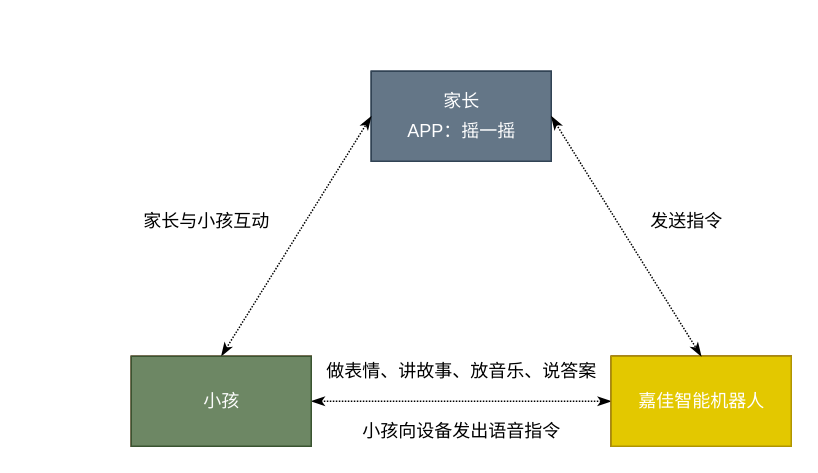
Before: page "第 3 页" (3 of 3) of jiajia.drawio in yangbe/diagrams, a draw.io diagram. Source tidied: cells renumbered, new cells numbered last; positions are measured from the earlier drawing's top-left corner, leaving out a move shared by most shapes. Both pictures are drawn from the tidied source at 150%, with x=0, y=0 at pixel (130, 70).
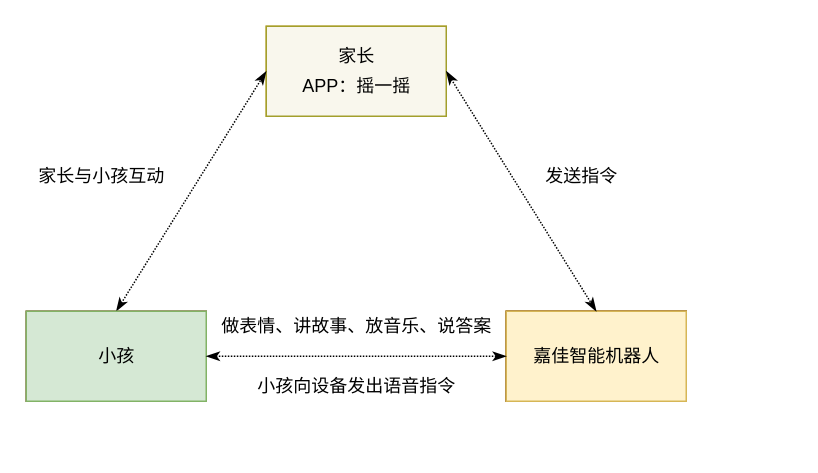
After the change.

The edit, as a diff of the source:
```diff
@@
+    <mxCell id="20" style="group;" parent="1" vertex="1">
+      <mxGeometry x="-70" y="-30" width="440" height="250" as="geometry" />
+    </mxCell>
-    <mxCell id="2" style="group;fillColor=#647687;strokeColor=#314354;fontColor=#ffffff;" parent="1" vertex="1">
+    <mxCell id="2" style="group;fillColor=#fff2cc;strokeColor=#d6b656;gradientColor=#ffd966;" parent="20" vertex="1">
       <mxGeometry x="160" width="120" height="60" as="geometry" />
     </mxCell>
-    <mxCell id="3" style="rounded=0;whiteSpace=wrap;html=1;fillColor=#647687;strokeColor=#314354;fontColor=#ffffff;" parent="2" vertex="1">
+    <mxCell id="3" style="rounded=0;whiteSpace=wrap;html=1;fillColor=#f9f7ed;strokeColor=#A39F2C;" parent="2" vertex="1">
       <mxGeometry width="120" height="60" as="geometry" />
     </mxCell>
-    <mxCell id="4" value="家长" style="text;html=1;align=center;verticalAlign=middle;strokeColor=none;fontColor=#FFFFFF;" parent="2" vertex="1">
+    <mxCell id="4" value="家长" style="text;html=1;align=center;verticalAlign=middle;strokeColor=none;" parent="2" vertex="1">
       <mxGeometry x="40" y="10" width="40" height="20" as="geometry" />
     </mxCell>
-    <mxCell id="5" value="APP：摇一摇" style="text;html=1;align=center;verticalAlign=middle;strokeColor=none;fontColor=#FFFFFF;" parent="2" vertex="1">
+    <mxCell id="5" value="APP：摇一摇" style="text;html=1;align=center;verticalAlign=middle;strokeColor=none;" parent="2" vertex="1">
       <mxGeometry x="15" y="30" width="90" height="20" as="geometry" />
     </mxCell>
-    <mxCell id="6" style="group;fillColor=#a0522d;strokeColor=#6D1F00;fontColor=#ffffff;" parent="1" vertex="1">
+    <mxCell id="6" style="group;fillColor=#a0522d;strokeColor=#6D1F00;fontColor=#ffffff;" parent="20" vertex="1">
       <mxGeometry y="190" width="120" height="60" as="geometry" />
     </mxCell>
-    <mxCell id="7" style="rounded=0;jettySize=auto;html=1;exitX=0.5;exitY=0;exitDx=0;exitDy=0;entryX=0;entryY=0.5;entryDx=0;entryDy=0;dashed=1;dashPattern=1 1;endArrow=classicThin;endFill=1;startArrow=classicThin;startFill=1;" parent="1" edge="1" source="9" target="3">
+    <mxCell id="7" style="rounded=0;jettySize=auto;html=1;exitX=0.5;exitY=0;exitDx=0;exitDy=0;entryX=0;entryY=0.5;entryDx=0;entryDy=0;dashed=1;dashPattern=1 1;endArrow=classicThin;endFill=1;startArrow=classicThin;startFill=1;" parent="20" edge="1" source="9" target="3">
       <mxGeometry relative="1" as="geometry" />
     </mxCell>
-    <mxCell id="8" style="edgeStyle=none;rounded=0;jettySize=auto;html=1;exitX=1;exitY=0.5;exitDx=0;exitDy=0;entryX=0;entryY=0.5;entryDx=0;entryDy=0;dashed=1;dashPattern=1 1;startArrow=classicThin;startFill=1;endArrow=classicThin;endFill=1;strokeColor=#000000;" parent="1" edge="1" source="9" target="13">
-      <mxGeometry relative="1" as="geometry" />
-    </mxCell>
-    <mxCell id="9" style="rounded=0;whiteSpace=wrap;html=1;fillColor=#6d8764;strokeColor=#3A5431;fontColor=#ffffff;" parent="1" vertex="1">
+    <mxCell id="9" style="rounded=0;whiteSpace=wrap;html=1;fillColor=#d5e8d4;strokeColor=#82b366;" parent="20" vertex="1">
       <mxGeometry y="190" width="120" height="60" as="geometry" />
     </mxCell>
-    <mxCell id="10" value="小孩" style="text;html=1;align=center;verticalAlign=middle;strokeColor=none;fontColor=#FCFCFC;" parent="1" vertex="1">
+    <mxCell id="10" value="小孩" style="text;html=1;align=center;verticalAlign=middle;strokeColor=none;" parent="20" vertex="1">
       <mxGeometry x="40" y="210" width="40" height="20" as="geometry" />
     </mxCell>
-    <mxCell id="11" style="group;fillColor=#e3c800;strokeColor=#B09500;fontColor=#000000;" parent="1" vertex="1">
+    <mxCell id="11" style="group;fillColor=#e3c800;strokeColor=#B09500;fontColor=#000000;" parent="20" vertex="1">
       <mxGeometry x="320" y="190" width="120" height="60" as="geometry" />
     </mxCell>
@@
-    <mxCell id="13" style="rounded=0;whiteSpace=wrap;html=1;fillColor=#e3c800;strokeColor=#B09500;fontColor=#000000;" parent="11" vertex="1">
+    <mxCell id="13" style="rounded=0;whiteSpace=wrap;html=1;fillColor=#fff2cc;strokeColor=#d6b656;" parent="11" vertex="1">
       <mxGeometry width="120" height="60" as="geometry" />
     </mxCell>
-    <mxCell id="14" value="嘉佳智能机器人" style="text;html=1;align=center;verticalAlign=middle;strokeColor=none;fontColor=#FFFFFF;" parent="11" vertex="1">
+    <mxCell id="14" value="嘉佳智能机器人" style="text;html=1;align=center;verticalAlign=middle;strokeColor=none;" parent="11" vertex="1">
       <mxGeometry x="10" y="20" width="100" height="20" as="geometry" />
     </mxCell>
+    <mxCell id="8" style="edgeStyle=none;rounded=0;jettySize=auto;html=1;exitX=1;exitY=0.5;exitDx=0;exitDy=0;entryX=0;entryY=0.5;entryDx=0;entryDy=0;dashed=1;dashPattern=1 1;startArrow=classicThin;startFill=1;endArrow=classicThin;endFill=1;strokeColor=#000000;" parent="20" edge="1" source="9" target="13">
+      <mxGeometry relative="1" as="geometry" />
+    </mxCell>
-    <mxCell id="15" style="edgeStyle=none;rounded=0;jettySize=auto;html=1;exitX=1;exitY=0.5;exitDx=0;exitDy=0;entryX=0.5;entryY=0;entryDx=0;entryDy=0;dashed=1;dashPattern=1 1;startArrow=classicThin;startFill=1;endArrow=classicThin;endFill=1;" parent="1" edge="1" source="3" target="13">
+    <mxCell id="15" style="edgeStyle=none;rounded=0;jettySize=auto;html=1;exitX=1;exitY=0.5;exitDx=0;exitDy=0;entryX=0.5;entryY=0;entryDx=0;entryDy=0;dashed=1;dashPattern=1 1;startArrow=classicThin;startFill=1;endArrow=classicThin;endFill=1;" parent="20" edge="1" source="3" target="13">
       <mxGeometry relative="1" as="geometry" />
     </mxCell>
-    <mxCell id="16" value="家长与小孩互动" style="text;html=1;align=center;verticalAlign=middle;strokeColor=none;" parent="1" vertex="1">
+    <mxCell id="16" value="家长与小孩互动" style="text;html=1;align=center;verticalAlign=middle;strokeColor=none;" parent="20" vertex="1">
       <mxGeometry y="90" width="100" height="20" as="geometry" />
     </mxCell>
-    <mxCell id="17" value="发送指令" style="text;html=1;align=center;verticalAlign=middle;strokeColor=none;" parent="1" vertex="1">
+    <mxCell id="17" value="发送指令" style="text;html=1;align=center;verticalAlign=middle;strokeColor=none;" parent="20" vertex="1">
       <mxGeometry x="340" y="90" width="60" height="20" as="geometry" />
     </mxCell>
-    <mxCell id="18" value="做表情、讲故事、放音乐、说答案" style="text;html=1;align=center;verticalAlign=middle;strokeColor=none;" parent="1" vertex="1">
+    <mxCell id="18" value="做表情、讲故事、放音乐、说答案" style="text;html=1;align=center;verticalAlign=middle;strokeColor=none;" parent="20" vertex="1">
       <mxGeometry x="120" y="190" width="200" height="20" as="geometry" />
     </mxCell>
-    <mxCell id="19" value="小孩向设备发出语音指令" style="text;html=1;align=center;verticalAlign=middle;strokeColor=none;" parent="1" vertex="1">
+    <mxCell id="19" value="小孩向设备发出语音指令" style="text;html=1;align=center;verticalAlign=middle;strokeColor=none;" parent="20" vertex="1">
       <mxGeometry x="145" y="230" width="150" height="20" as="geometry" />
     </mxCell>
```
